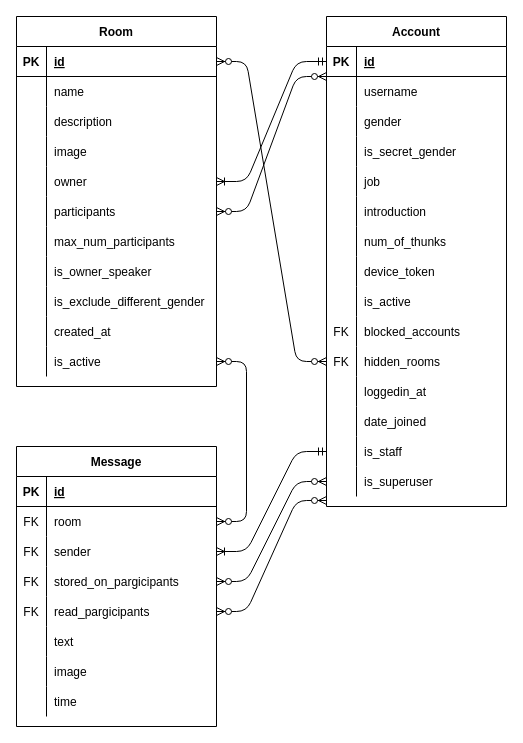
Before: design/db/er.drawio in kensan914/worr-api, a draw.io diagram. Source tidied: cells renumbered, new cells numbered last; positions are measured from the earlier drawing's top-left corner, leaving out a move shared by most shapes. Both pictures are drawn from the tidied source at 100%, with x=0, y=0 at pixel (16, 16).
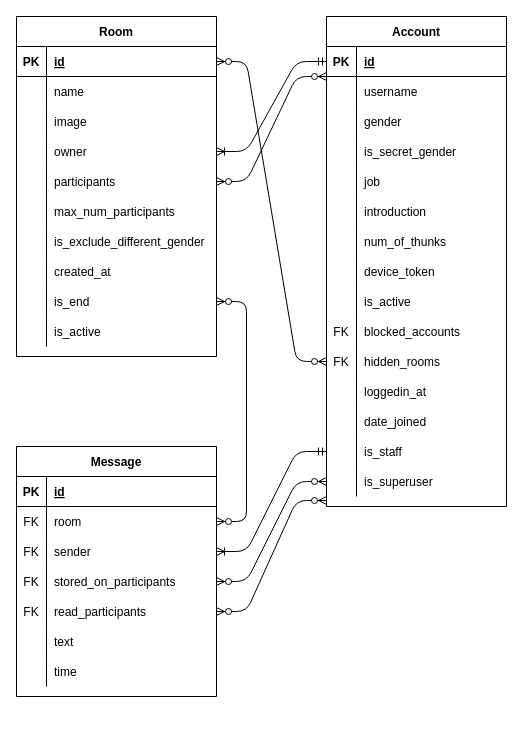
The same diagram, later.

Unchanged cells that the change refers to:
```xml
<mxCell id="94" style="shape=partialRectangle;fillColor=none;top=0;left=0;bottom=0;right=0;points=[[0,0.5],[1,0.5]];portConstraint=eastwest;" parent="84" vertex="1">
  <mxGeometry y="120" width="200" height="30" as="geometry" />
</mxCell>
<mxCell id="97" style="shape=partialRectangle;fillColor=none;top=0;left=0;bottom=0;right=0;points=[[0,0.5],[1,0.5]];portConstraint=eastwest;" parent="84" vertex="1">
  <mxGeometry y="150" width="200" height="30" as="geometry" />
</mxCell>
```

Change to the diagram source:
```diff
@@
     <mxCell id="2" value="Room" style="shape=table;startSize=30;childLayout=tableLayout;rowLines=0;fontStyle=1;align=center;" parent="1" vertex="1">
-      <mxGeometry width="200" height="370" as="geometry" />
+      <mxGeometry width="200" height="340" as="geometry" />
     </mxCell>
@@
-    <mxCell id="9" style="shape=partialRectangle;fillColor=none;top=0;left=0;bottom=0;right=0;" parent="2" vertex="1">
-      <mxGeometry y="90" width="200" height="30" as="geometry" />
-    </mxCell>
-    <mxCell id="10" style="shape=partialRectangle;fillColor=none;top=0;left=0;bottom=0;right=0;overflow=hidden;" parent="9" vertex="1">
-      <mxGeometry width="30" height="30" as="geometry" />
-    </mxCell>
-    <mxCell id="11" value="description" style="shape=partialRectangle;fillColor=none;top=0;left=0;bottom=0;right=0;align=left;spacingLeft=6;overflow=hidden;" parent="9" vertex="1">
-      <mxGeometry x="30" width="170" height="30" as="geometry" />
-    </mxCell>
     <mxCell id="12" style="shape=partialRectangle;fillColor=none;top=0;left=0;bottom=0;right=0;" parent="2" vertex="1">
-      <mxGeometry y="120" width="200" height="30" as="geometry" />
+      <mxGeometry y="90" width="200" height="30" as="geometry" />
     </mxCell>
@@
     <mxCell id="15" style="shape=partialRectangle;fillColor=none;top=0;left=0;bottom=0;right=0;points=[[0,0.5],[1,0.5]];portConstraint=eastwest;" parent="2" vertex="1">
-      <mxGeometry y="150" width="200" height="30" as="geometry" />
+      <mxGeometry y="120" width="200" height="30" as="geometry" />
     </mxCell>
@@
     <mxCell id="18" style="shape=partialRectangle;fillColor=none;top=0;left=0;bottom=0;right=0;points=[[0,0.5],[1,0.5]];portConstraint=eastwest;" parent="2" vertex="1">
-      <mxGeometry y="180" width="200" height="30" as="geometry" />
+      <mxGeometry y="150" width="200" height="30" as="geometry" />
     </mxCell>
@@
     <mxCell id="21" style="shape=partialRectangle;fillColor=none;top=0;left=0;bottom=0;right=0;" parent="2" vertex="1">
-      <mxGeometry y="210" width="200" height="30" as="geometry" />
+      <mxGeometry y="180" width="200" height="30" as="geometry" />
     </mxCell>
@@
-    <mxCell id="24" style="shape=partialRectangle;fillColor=none;top=0;left=0;bottom=0;right=0;" parent="2" vertex="1">
-      <mxGeometry y="240" width="200" height="30" as="geometry" />
-    </mxCell>
-    <mxCell id="25" style="shape=partialRectangle;fillColor=none;top=0;left=0;bottom=0;right=0;overflow=hidden;" parent="24" vertex="1">
-      <mxGeometry width="30" height="30" as="geometry" />
-    </mxCell>
-    <mxCell id="26" value="is_owner_speaker" style="shape=partialRectangle;fillColor=none;top=0;left=0;bottom=0;right=0;align=left;spacingLeft=6;overflow=hidden;" parent="24" vertex="1">
-      <mxGeometry x="30" width="170" height="30" as="geometry" />
-    </mxCell>
     <mxCell id="27" style="shape=partialRectangle;fillColor=none;top=0;left=0;bottom=0;right=0;" parent="2" vertex="1">
-      <mxGeometry y="270" width="200" height="30" as="geometry" />
+      <mxGeometry y="210" width="200" height="30" as="geometry" />
     </mxCell>
@@
     <mxCell id="30" style="shape=partialRectangle;fillColor=none;top=0;left=0;bottom=0;right=0;" parent="2" vertex="1">
-      <mxGeometry y="300" width="200" height="30" as="geometry" />
+      <mxGeometry y="240" width="200" height="30" as="geometry" />
     </mxCell>
@@
     <mxCell id="33" style="shape=partialRectangle;fillColor=none;top=0;left=0;bottom=0;right=0;points=[[0,0.5],[1,0.5]];portConstraint=eastwest;" parent="2" vertex="1">
-      <mxGeometry y="330" width="200" height="30" as="geometry" />
+      <mxGeometry y="270" width="200" height="30" as="geometry" />
     </mxCell>
@@
-    <mxCell id="35" value="is_active" style="shape=partialRectangle;fillColor=none;top=0;left=0;bottom=0;right=0;align=left;spacingLeft=6;overflow=hidden;" parent="33" vertex="1">
+    <mxCell id="35" value="is_end" style="shape=partialRectangle;fillColor=none;top=0;left=0;bottom=0;right=0;align=left;spacingLeft=6;overflow=hidden;" parent="33" vertex="1">
       <mxGeometry x="30" width="170" height="30" as="geometry" />
     </mxCell>
+    <mxCell id="114" style="shape=partialRectangle;fillColor=none;top=0;left=0;bottom=0;right=0;" parent="2" vertex="1">
+      <mxGeometry y="300" width="200" height="30" as="geometry" />
+    </mxCell>
+    <mxCell id="115" style="shape=partialRectangle;fillColor=none;top=0;left=0;bottom=0;right=0;overflow=hidden;" parent="114" vertex="1">
+      <mxGeometry width="30" height="30" as="geometry" />
+    </mxCell>
+    <mxCell id="116" value="is_active" style="shape=partialRectangle;fillColor=none;top=0;left=0;bottom=0;right=0;align=left;spacingLeft=6;overflow=hidden;" parent="114" vertex="1">
+      <mxGeometry x="30" width="170" height="30" as="geometry" />
+    </mxCell>
@@
     <mxCell id="84" value="Message" style="shape=table;startSize=30;childLayout=tableLayout;rowLines=0;fontStyle=1;align=center;" parent="1" vertex="1">
-      <mxGeometry y="430" width="200" height="280" as="geometry" />
+      <mxGeometry y="430" width="200" height="250" as="geometry" />
     </mxCell>
@@
-    <mxCell id="96" value="stored_on_pargicipants" style="shape=partialRectangle;fillColor=none;top=0;left=0;bottom=0;right=0;align=left;spacingLeft=6;overflow=hidden;" parent="94" vertex="1">
+    <mxCell id="96" value="stored_on_participants" style="shape=partialRectangle;fillColor=none;top=0;left=0;bottom=0;right=0;align=left;spacingLeft=6;overflow=hidden;" parent="94" vertex="1">
       <mxGeometry x="30" width="170" height="30" as="geometry" />
     </mxCell>
@@
-    <mxCell id="99" value="read_pargicipants" style="shape=partialRectangle;fillColor=none;top=0;left=0;bottom=0;right=0;align=left;spacingLeft=6;overflow=hidden;" parent="97" vertex="1">
+    <mxCell id="99" value="read_participants" style="shape=partialRectangle;fillColor=none;top=0;left=0;bottom=0;right=0;align=left;spacingLeft=6;overflow=hidden;" parent="97" vertex="1">
       <mxGeometry x="30" width="170" height="30" as="geometry" />
     </mxCell>
@@
-    <mxCell id="103" style="shape=partialRectangle;fillColor=none;top=0;left=0;bottom=0;right=0;" parent="84" vertex="1">
-      <mxGeometry y="210" width="200" height="30" as="geometry" />
-    </mxCell>
-    <mxCell id="104" style="shape=partialRectangle;fillColor=none;top=0;left=0;bottom=0;right=0;overflow=hidden;" parent="103" vertex="1">
-      <mxGeometry width="30" height="30" as="geometry" />
-    </mxCell>
-    <mxCell id="105" value="image" style="shape=partialRectangle;fillColor=none;top=0;left=0;bottom=0;right=0;align=left;spacingLeft=6;overflow=hidden;" parent="103" vertex="1">
-      <mxGeometry x="30" width="170" height="30" as="geometry" />
-    </mxCell>
     <mxCell id="106" style="shape=partialRectangle;fillColor=none;top=0;left=0;bottom=0;right=0;" parent="84" vertex="1">
-      <mxGeometry y="240" width="200" height="30" as="geometry" />
+      <mxGeometry y="210" width="200" height="30" as="geometry" />
     </mxCell>
```
